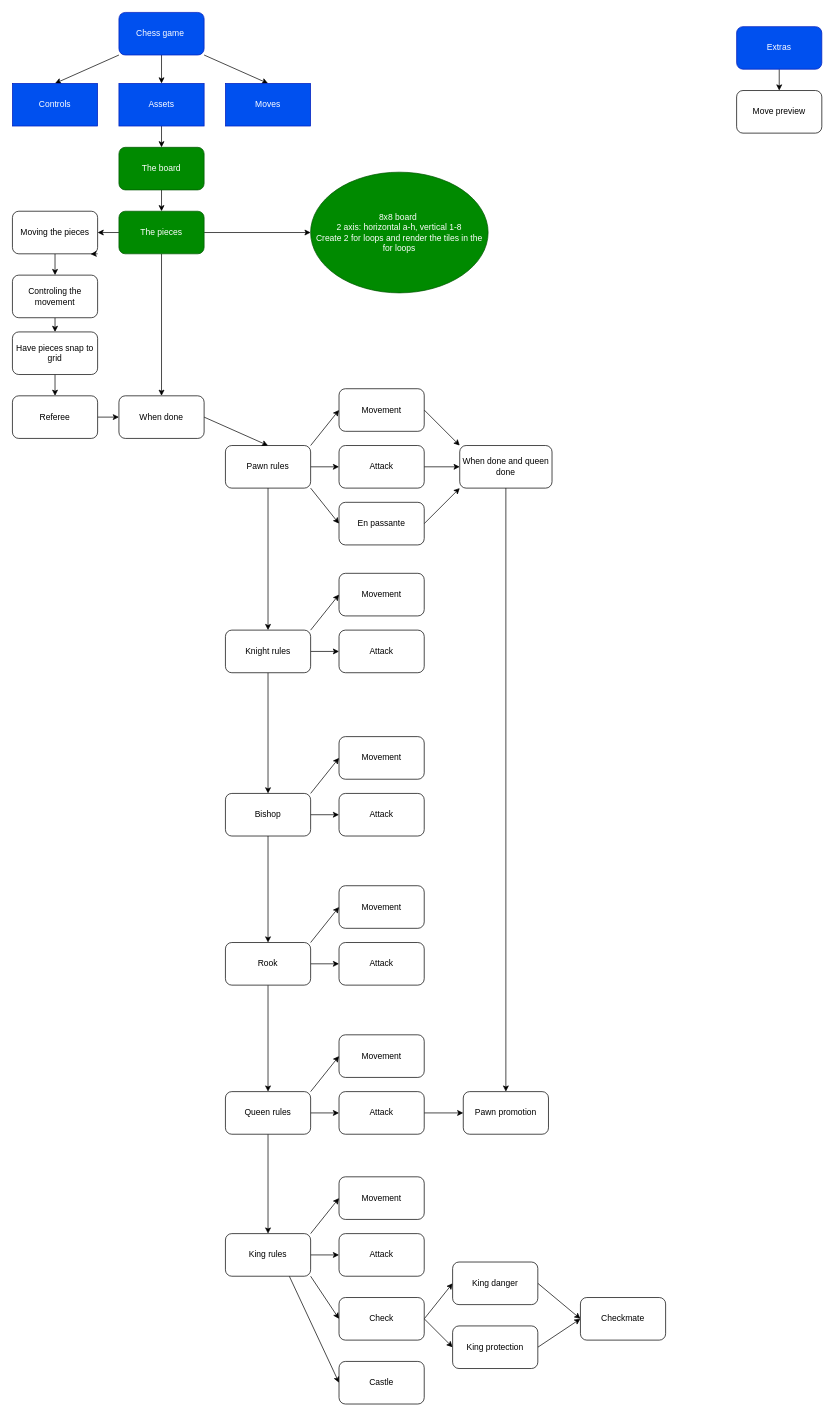
The draw.io diagram plan.drawio in StolenMango/Chess-game, before the edit. Source tidied: cells renumbered, new cells numbered last; positions are measured from the earlier drawing's top-left corner, leaving out a move shared by most shapes. Both pictures are drawn from the tidied source at 71%, with x=0, y=0 at pixel (12, 12).
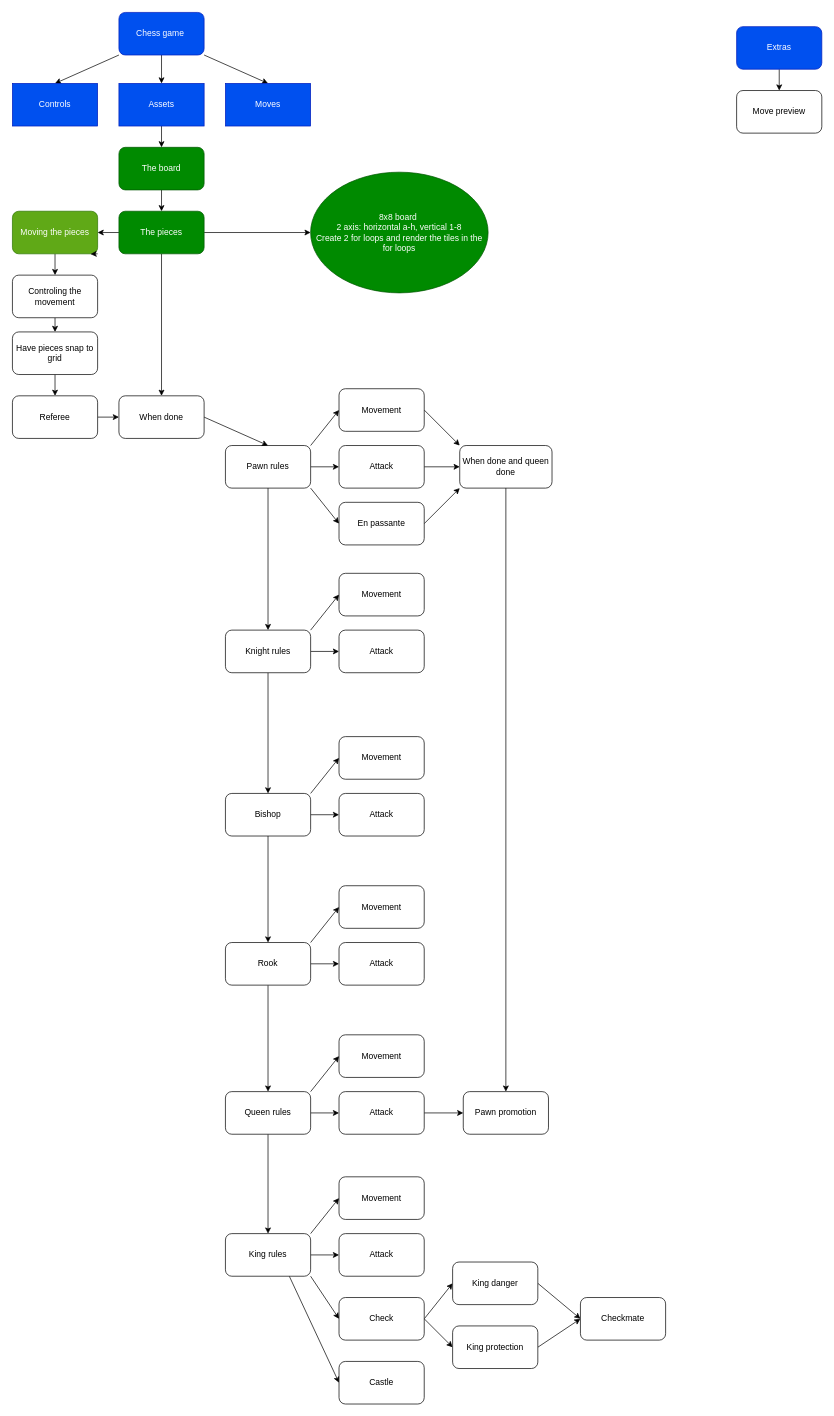
The same diagram, later.

The edit, as a diff of the source:
```diff
@@
-    <mxCell id="13" value="Moving the pieces" style="rounded=1;whiteSpace=wrap;html=1;" parent="1" vertex="1">
+    <mxCell id="13" value="Moving the pieces" style="rounded=1;whiteSpace=wrap;html=1;fillColor=#60a917;fontColor=#ffffff;strokeColor=#2D7600;" parent="1" vertex="1">
       <mxGeometry y="280" width="120" height="60" as="geometry" />
     </mxCell>
```
